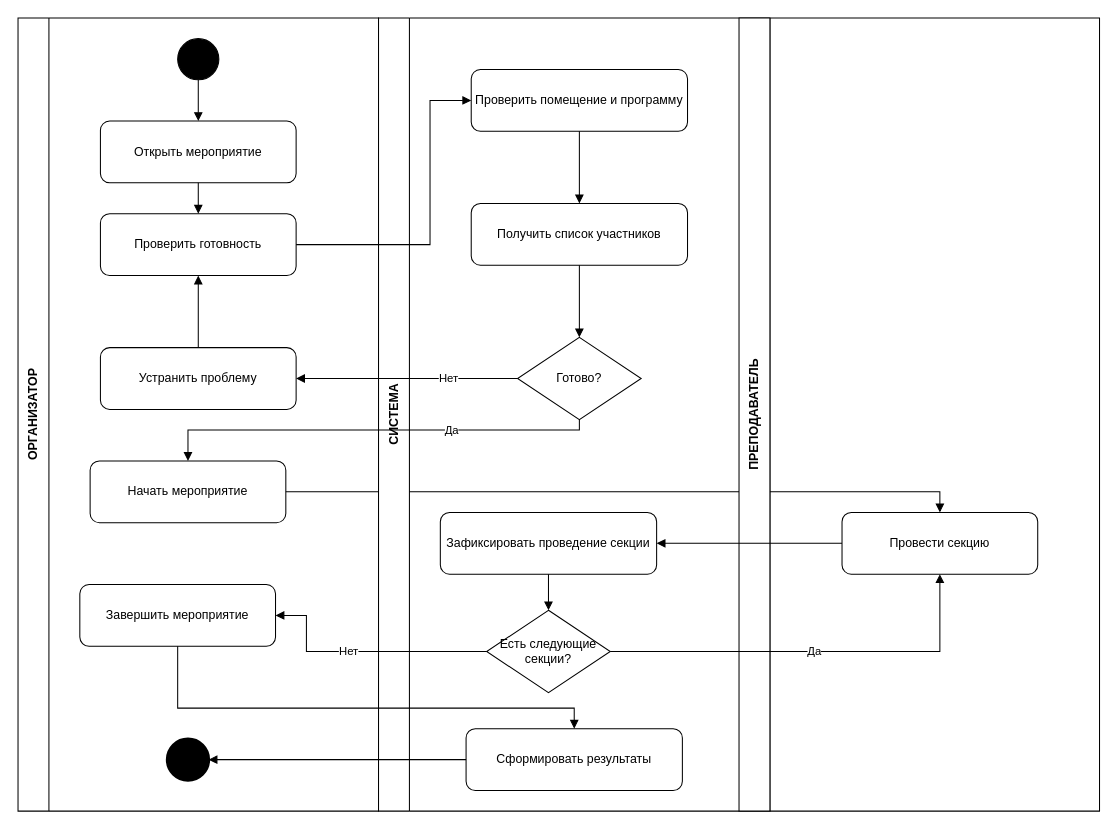
Above: page "Activity" (3 of 6) of SystemManagementEvents/docs/architecture/Diagrams.drawio in Kart0fanych/SystemManagementEvents (draw.io), before the change. Source tidied: cells renumbered, new cells numbered last; positions are measured from the earlier drawing's top-left corner, leaving out a move shared by most shapes. Both pictures are drawn from the tidied source at 103%, with x=0, y=0 at pixel (18, 18).
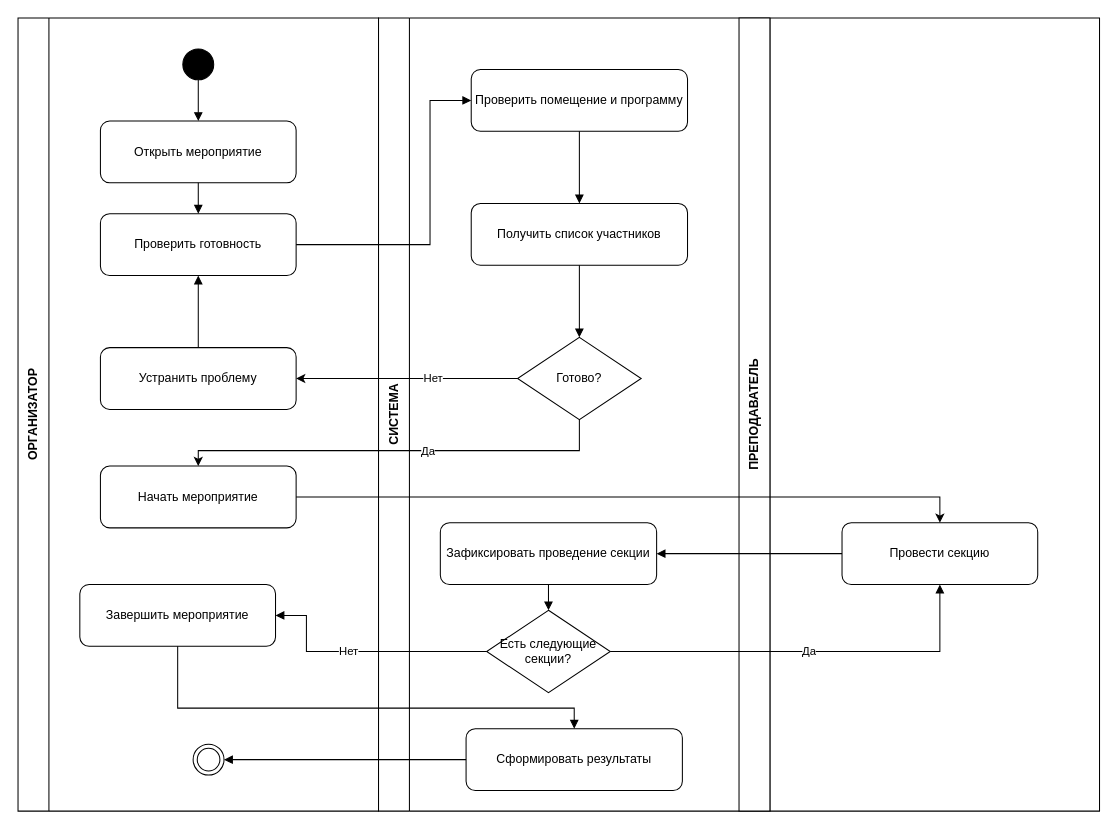
After the change.

Unchanged cells that the change refers to:
```xml
<mxCell id="2" value="ОРГАНИЗАТОР" style="swimlane;horizontal=0;startSize=30;whiteSpace=wrap;html=1;" parent="1" vertex="1">
  <mxGeometry width="350" height="770" as="geometry" />
</mxCell>
<mxCell id="8" value="Устранить проблему" style="rounded=1;whiteSpace=wrap;html=1;" parent="2" vertex="1">
  <mxGeometry x="80" y="320" width="190" height="60" as="geometry" />
</mxCell>
<mxCell id="13" value="СИСТЕМА" style="swimlane;horizontal=0;startSize=30;whiteSpace=wrap;html=1;" parent="1" vertex="1">
  <mxGeometry x="350" width="380" height="770" as="geometry" />
</mxCell>
<mxCell id="15" value="Готово?" style="rhombus;whiteSpace=wrap;html=1;" parent="13" vertex="1">
  <mxGeometry x="135" y="310" width="120" height="80" as="geometry" />
</mxCell>
<mxCell id="19" value="Сформировать результаты" style="rounded=1;whiteSpace=wrap;html=1;" parent="13" vertex="1">
  <mxGeometry x="85" y="690" width="210" height="60" as="geometry" />
</mxCell>
<mxCell id="23" value="ПРЕПОДАВАТЕЛЬ" style="swimlane;horizontal=0;startSize=30;whiteSpace=wrap;html=1;" parent="1" vertex="1">
  <mxGeometry x="700" width="350" height="770" as="geometry" />
</mxCell>
```

The edit, as a diff of the source:
```diff
@@
     <mxCell id="3" style="ellipse;html=1;fillColor=#000000;" parent="2" vertex="1">
-      <mxGeometry x="155" y="20" width="40" height="40" as="geometry" />
+      <mxGeometry x="160" y="30" width="30" height="30" as="geometry" />
     </mxCell>
@@
-    <mxCell id="10" style="edgeStyle=orthogonalEdgeStyle;rounded=0;html=1;endArrow=block;" parent="2" edge="1" target="24">
-      <mxGeometry x="-0.18" relative="1" as="geometry">
-        <mxPoint x="165" y="466" as="sourcePoint" />
-        <Array as="points">
-          <mxPoint x="165" y="460" />
-          <mxPoint x="895" y="460" />
-        </Array>
-      </mxGeometry>
-    </mxCell>
@@
-    <mxCell id="12" style="ellipse;html=1;fillColor=#000000;strokeWidth=3;" parent="2" vertex="1">
-      <mxGeometry x="145" y="700" width="40" height="40" as="geometry" />
-    </mxCell>
+    <mxCell id="34" style="ellipse;html=1;shape=endState;" parent="2" vertex="1">
+      <mxGeometry x="170" y="705" width="30" height="30" as="geometry" />
+    </mxCell>
+    <mxCell id="25" value="Начать мероприятие" style="rounded=1;whiteSpace=wrap;html=1;" parent="2" vertex="1">
+      <mxGeometry x="80" y="435" width="190" height="60" as="geometry" />
+    </mxCell>
@@
     <mxCell id="14" value="Зафиксировать проведение секции" style="rounded=1;whiteSpace=wrap;html=1;" parent="13" vertex="1">
-      <mxGeometry x="60" y="480" width="210" height="60" as="geometry" />
+      <mxGeometry x="60" y="490" width="210" height="60" as="geometry" />
     </mxCell>
@@
     <mxCell id="24" value="Провести секцию" style="rounded=1;whiteSpace=wrap;html=1;" parent="23" vertex="1">
-      <mxGeometry x="100" y="480" width="190" height="60" as="geometry" />
+      <mxGeometry x="100" y="490" width="190" height="60" as="geometry" />
     </mxCell>
-    <mxCell id="25" value="Начать мероприятие" style="rounded=1;whiteSpace=wrap;html=1;" parent="1" vertex="1">
-      <mxGeometry x="70" y="430" width="190" height="60" as="geometry" />
-    </mxCell>
+    <mxCell id="35" style="edgeStyle=orthogonalEdgeStyle;rounded=0;jettySize=auto;html=1;entryX=0.5;entryY=0;entryDx=0;entryDy=0;" parent="1" edge="1" source="25" target="24">
+      <mxGeometry relative="1" as="geometry" />
+    </mxCell>
@@
-    <mxCell id="27" value="Да" style="edgeStyle=orthogonalEdgeStyle;rounded=0;html=1;endArrow=block;" parent="1" edge="1" source="15" target="25">
-      <mxGeometry x="-0.36" relative="1" as="geometry">
-        <Array as="points">
-          <mxPoint x="545" y="400" />
-          <mxPoint x="165" y="400" />
-        </Array>
-      </mxGeometry>
-    </mxCell>
@@
-    <mxCell id="32" style="edgeStyle=orthogonalEdgeStyle;rounded=0;html=1;endArrow=block;" parent="1" edge="1" source="19" target="12">
+    <mxCell id="32" style="edgeStyle=orthogonalEdgeStyle;rounded=0;html=1;endArrow=block;" parent="1" edge="1" source="19" target="34">
       <mxGeometry relative="1" as="geometry" />
     </mxCell>
+    <mxCell id="36" style="edgeStyle=orthogonalEdgeStyle;rounded=0;jettySize=auto;html=1;" parent="1" edge="1" source="15" target="25">
+      <mxGeometry relative="1" as="geometry">
+        <Array as="points">
+          <mxPoint x="545" y="420" />
+          <mxPoint x="175" y="420" />
+        </Array>
+      </mxGeometry>
+    </mxCell>
+    <mxCell id="27" value="Да" style="edgeLabel;html=1;align=center;verticalAlign=middle;" parent="36" vertex="1">
+      <mxGeometry x="-0.14" relative="1" as="geometry" />
+    </mxCell>
+    <mxCell id="37" style="edgeStyle=orthogonalEdgeStyle;rounded=0;jettySize=auto;html=1;entryX=1;entryY=0.5;entryDx=0;entryDy=0;" parent="1" edge="1" source="15" target="8">
+      <mxGeometry relative="1" as="geometry" />
+    </mxCell>
-    <mxCell id="33" value="Нет" style="edgeStyle=orthogonalEdgeStyle;rounded=0;html=1;endArrow=block;" parent="1" edge="1" source="15" target="8">
-      <mxGeometry x="-0.38" relative="1" as="geometry" />
+    <mxCell id="33" value="Нет" style="edgeLabel;html=1;align=center;verticalAlign=middle;" parent="37" vertex="1">
+      <mxGeometry x="-0.23" y="-1" relative="1" as="geometry" />
     </mxCell>
```
